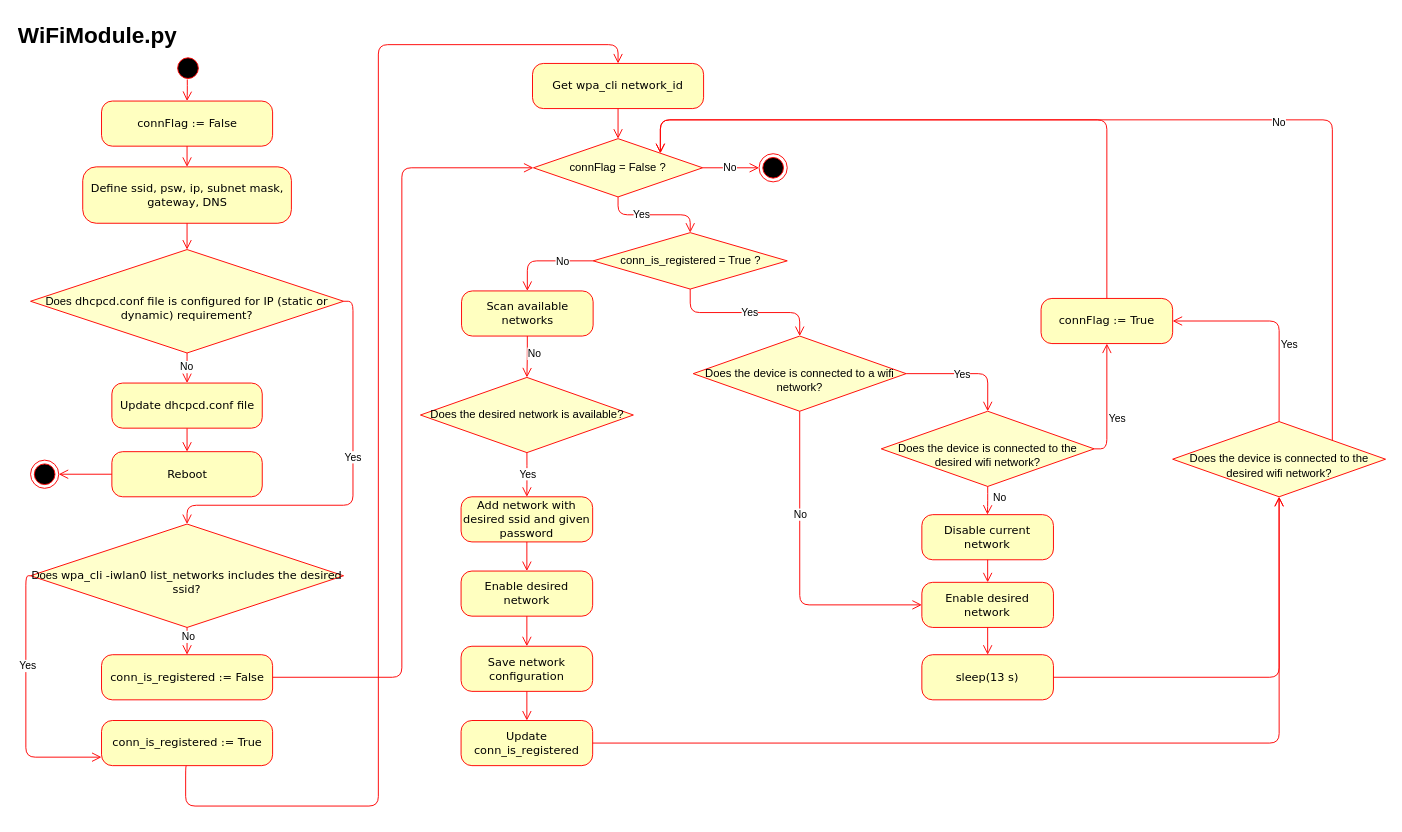
Above: Modules/WiFiModule_py.drawio in CesarRodriguez14/Tag_Vehiculo_4_0_Diagramas (draw.io), before the change. Source tidied: cells renumbered, new cells numbered last; positions are measured from the earlier drawing's top-left corner, leaving out a move shared by most shapes. Both pictures are drawn from the tidied source at 94%, with x=0, y=0 at pixel (16, 16).
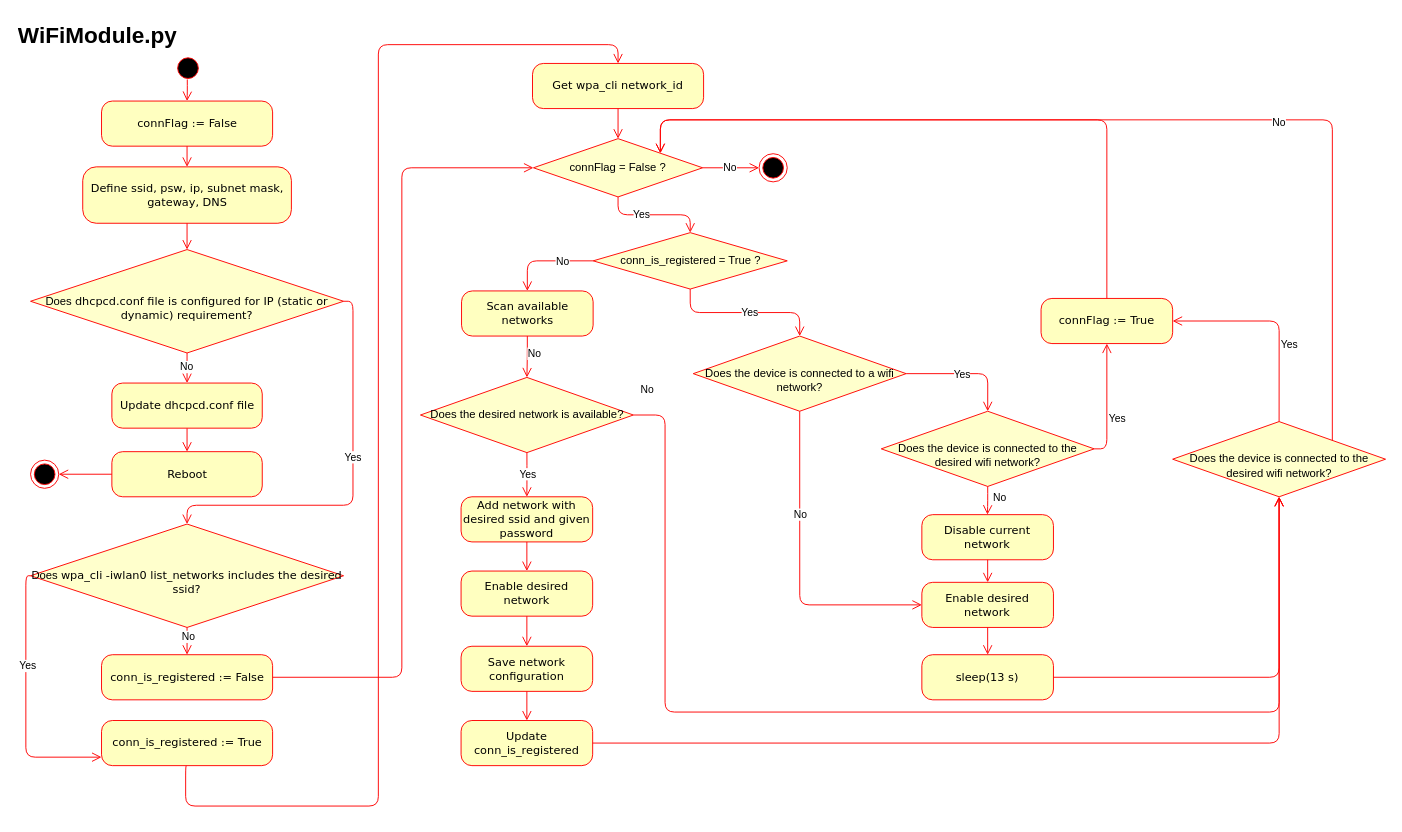
After the change.

The change refers to these unchanged cells:
```xml
<mxCell id="54" value="&lt;div&gt;&lt;br&gt;&lt;/div&gt;Does the device is connected to the desired wifi network?" style="rhombus;whiteSpace=wrap;html=1;fillColor=#FFFFCC;strokeColor=#FF0000;" parent="1" vertex="1">
  <mxGeometry x="1230" y="431" width="226.5" height="80" as="geometry" />
</mxCell>
<mxCell id="66" value="&lt;div&gt;&lt;span style=&quot;background-color: transparent; color: light-dark(rgb(0, 0, 0), rgb(255, 255, 255));&quot;&gt;Does the desired network is available?&lt;/span&gt;&lt;/div&gt;" style="rhombus;whiteSpace=wrap;html=1;fillColor=#FFFFCC;strokeColor=#FF0000;" parent="1" vertex="1">
  <mxGeometry x="429.8" y="384" width="226.5" height="80" as="geometry" />
</mxCell>
```

The edit, as a diff of the source:
```diff
@@
+    <mxCell id="79" style="edgeStyle=orthogonalEdgeStyle;html=1;labelBackgroundColor=none;endArrow=open;endSize=8;strokeColor=#ff0000;fontFamily=Verdana;fontSize=12;align=left;exitX=1;exitY=0.5;exitDx=0;exitDy=0;entryX=0.5;entryY=1;entryDx=0;entryDy=0;" parent="1" edge="1" source="66" target="54">
+      <mxGeometry relative="1" as="geometry">
+        <Array as="points">
+          <mxPoint x="690" y="424" />
+          <mxPoint x="690" y="740" />
+          <mxPoint x="1343" y="740" />
+        </Array>
+      </mxGeometry>
+    </mxCell>
+    <mxCell id="80" value="No" style="edgeLabel;html=1;align=center;verticalAlign=middle;" parent="79" vertex="1">
+      <mxGeometry x="-0.57" y="2" relative="1" as="geometry">
+        <mxPoint x="-22" y="-259" as="offset" />
+      </mxGeometry>
+    </mxCell>
```
